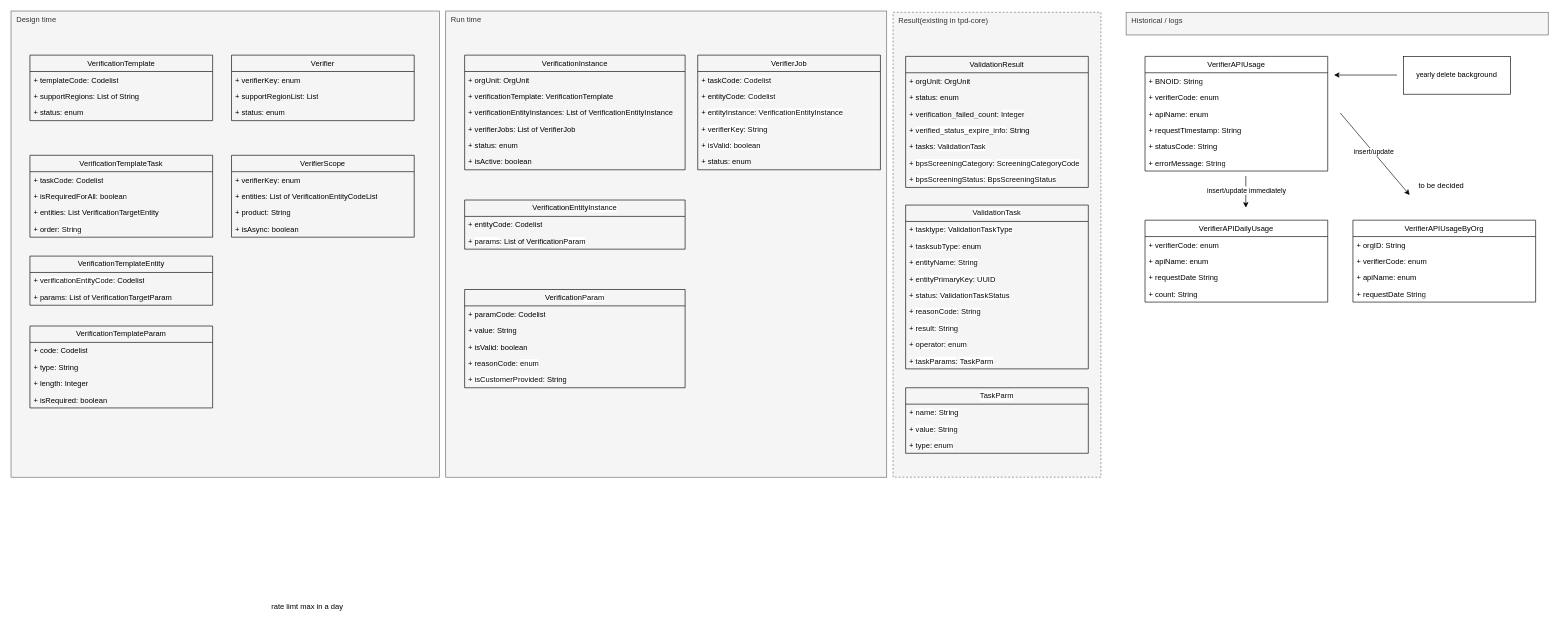
Before: page "Modeling" (3 of 9) of verification_framework.drawio in huangshijie/Drawio, a draw.io diagram. Source tidied: cells renumbered, new cells numbered last; positions are measured from the earlier drawing's top-left corner, leaving out a move shared by most shapes. Both pictures are drawn from the tidied source at 63%, with x=0, y=0 at pixel (11, 11).
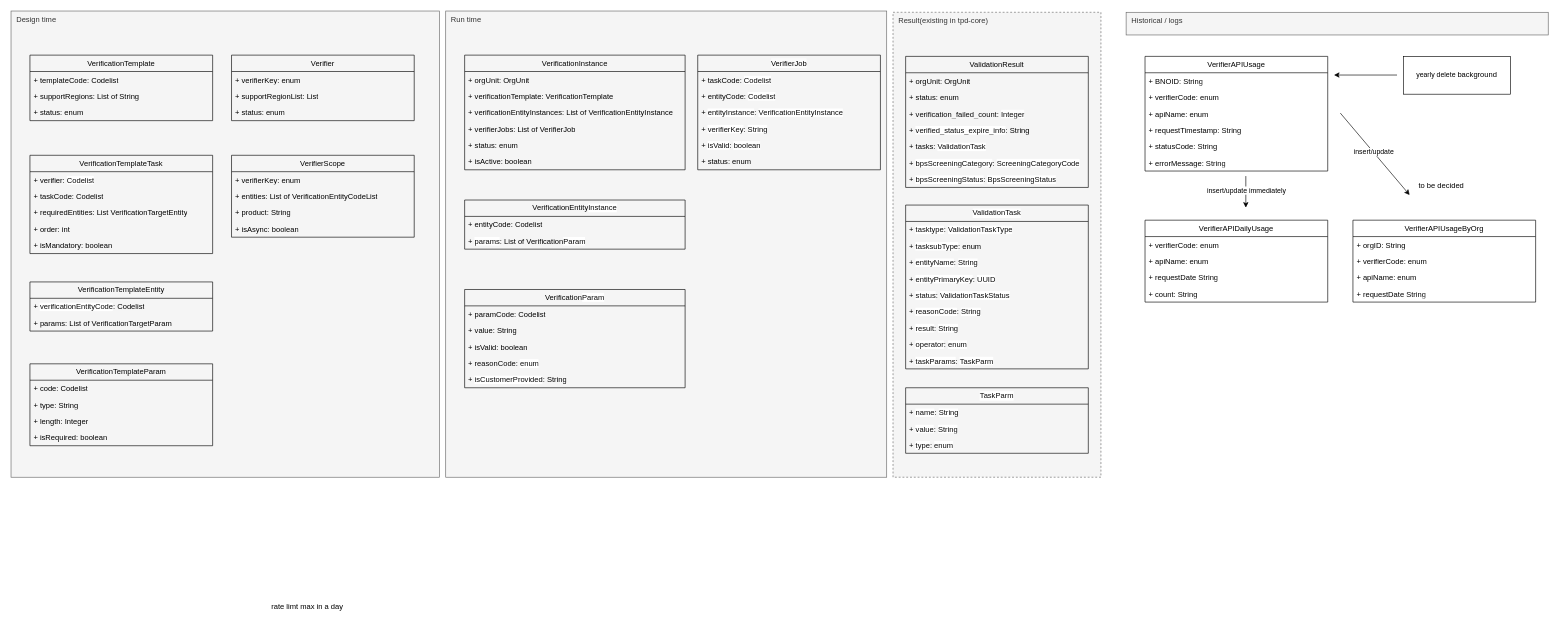
Above is the later version.

Diff of the diagram source:
```diff
@@
     <mxCell id="20" value="VerificationTemplateEntity" style="swimlane;fontStyle=0;horizontal=1;startSize=26;fillColor=none;whiteSpace=wrap;html=1;fontFamily=Helvetica;fontSize=12;" parent="1" vertex="1">
-      <mxGeometry x="30" y="389" width="290" height="78" as="geometry" />
+      <mxGeometry x="30" y="430" width="290" height="78" as="geometry" />
     </mxCell>
@@
     <mxCell id="23" value="VerificationTemplateParam" style="swimlane;fontStyle=0;horizontal=1;startSize=26;fillColor=none;whiteSpace=wrap;html=1;fontFamily=Helvetica;fontSize=12;" parent="1" vertex="1">
-      <mxGeometry x="30" y="500" width="290" height="130" as="geometry" />
+      <mxGeometry x="30" y="560" width="290" height="130" as="geometry" />
     </mxCell>
@@
     <mxCell id="32" value="VerificationTemplateTask" style="swimlane;fontStyle=0;horizontal=1;startSize=26;fillColor=none;whiteSpace=wrap;html=1;fontFamily=Helvetica;fontSize=12;" parent="1" vertex="1">
-      <mxGeometry x="30" y="229" width="290" height="130" as="geometry" />
+      <mxGeometry x="30" y="229" width="290" height="156" as="geometry" />
     </mxCell>
+    <mxCell id="36" value="+ verifier: &lt;font color=&quot;#080808&quot;&gt;&lt;span style=&quot;background-color: rgb(255, 255, 255);&quot;&gt;Codelist&lt;/span&gt;&lt;/font&gt;" style="text;strokeColor=none;fillColor=none;align=left;verticalAlign=top;spacingLeft=4;spacingRight=4;overflow=hidden;whiteSpace=wrap;html=1;" parent="32" vertex="1">
+      <mxGeometry y="26" width="290" height="26" as="geometry" />
+    </mxCell>
     <mxCell id="33" value="+ taskCode: Codelist" style="text;strokeColor=none;fillColor=none;align=left;verticalAlign=top;spacingLeft=4;spacingRight=4;overflow=hidden;whiteSpace=wrap;html=1;" parent="32" vertex="1">
-      <mxGeometry y="26" width="290" height="26" as="geometry" />
+      <mxGeometry y="52" width="290" height="26" as="geometry" />
     </mxCell>
+    <mxCell id="35" value="+ requiredEntities: List&amp;nbsp;&lt;span style=&quot;text-align: center;&quot;&gt;VerificationTargetEntity&lt;/span&gt;" style="text;strokeColor=none;fillColor=none;align=left;verticalAlign=top;spacingLeft=4;spacingRight=4;overflow=hidden;whiteSpace=wrap;html=1;" parent="32" vertex="1">
+      <mxGeometry y="78" width="290" height="26" as="geometry" />
+    </mxCell>
+    <mxCell id="104" value="+ order: int" style="text;strokeColor=none;fillColor=none;align=left;verticalAlign=top;spacingLeft=4;spacingRight=4;overflow=hidden;whiteSpace=wrap;html=1;" parent="32" vertex="1">
+      <mxGeometry y="104" width="290" height="26" as="geometry" />
+    </mxCell>
-    <mxCell id="34" value="+ isRequiredForAll: boolean" style="text;strokeColor=none;fillColor=none;align=left;verticalAlign=top;spacingLeft=4;spacingRight=4;overflow=hidden;whiteSpace=wrap;html=1;fontFamily=Helvetica;fontSize=12;" parent="32" vertex="1">
-      <mxGeometry y="52" width="290" height="26" as="geometry" />
+    <mxCell id="34" value="+ isMandatory: boolean" style="text;strokeColor=none;fillColor=none;align=left;verticalAlign=top;spacingLeft=4;spacingRight=4;overflow=hidden;whiteSpace=wrap;html=1;fontFamily=Helvetica;fontSize=12;" parent="32" vertex="1">
+      <mxGeometry y="130" width="290" height="26" as="geometry" />
     </mxCell>
-    <mxCell id="35" value="+ entities: List&amp;nbsp;&lt;span style=&quot;text-align: center;&quot;&gt;VerificationTargetEntity&lt;/span&gt;" style="text;strokeColor=none;fillColor=none;align=left;verticalAlign=top;spacingLeft=4;spacingRight=4;overflow=hidden;whiteSpace=wrap;html=1;" parent="32" vertex="1">
-      <mxGeometry y="78" width="290" height="26" as="geometry" />
-    </mxCell>
-    <mxCell id="36" value="+ order:&amp;nbsp;&lt;span style=&quot;color: rgb(8, 8, 8); background-color: rgb(255, 255, 255);&quot;&gt;String&lt;/span&gt;" style="text;strokeColor=none;fillColor=none;align=left;verticalAlign=top;spacingLeft=4;spacingRight=4;overflow=hidden;whiteSpace=wrap;html=1;" parent="32" vertex="1">
-      <mxGeometry y="104" width="290" height="26" as="geometry" />
-    </mxCell>
```
